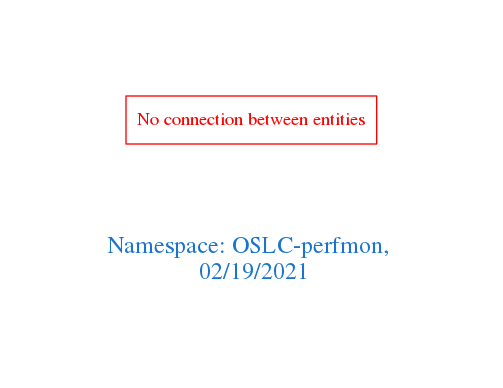
Earlier version of the Graphviz export downloads/OSLC-perfmon.png (arago/OGIT). Its source is kept beside it as downloads/OSLC-perfmon.dot.
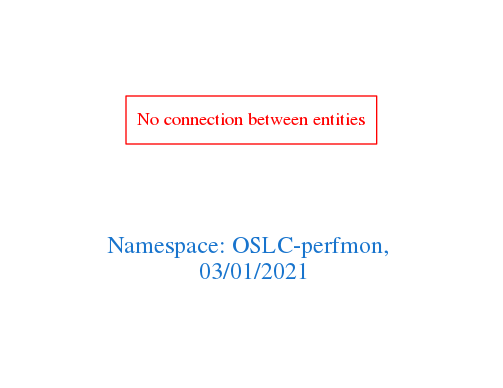
The same diagram one commit later.

Diff of the diagram source:
```diff
@@ -1,7 +1,7 @@
 digraph OGIT_ontology {
  graph [ rankdir= LR,pad=1
 fontsize = 18,
-fontcolor= dodgerblue3,label = "\n\n\nNamespace: OSLC-perfmon, \n 02/19/2021"];
+fontcolor= dodgerblue3,label = "\n\n\nNamespace: OSLC-perfmon, \n 03/01/2021"];
 node[shape=polygon];
 edge [  color="gray81"];
 
```
